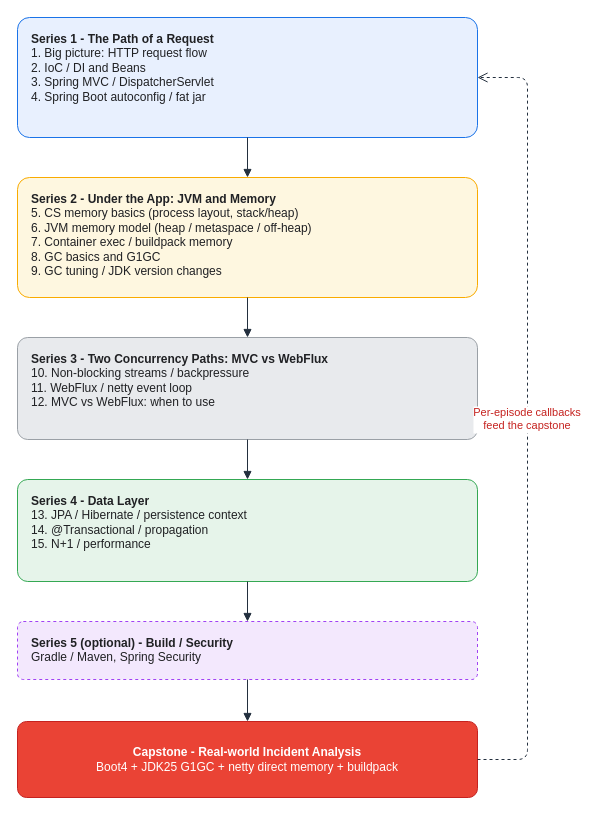
This is assets/img/spring/spring-02-reading-order-map.drawio from KKamJi98/kkamji98.github.io, a draw.io file, before an edit. Source tidied: cells renumbered, new cells numbered last; positions are measured from the earlier drawing's top-left corner, leaving out a move shared by most shapes. Both pictures are drawn from the tidied source at 100%, with x=0, y=0 at pixel (17, 17).
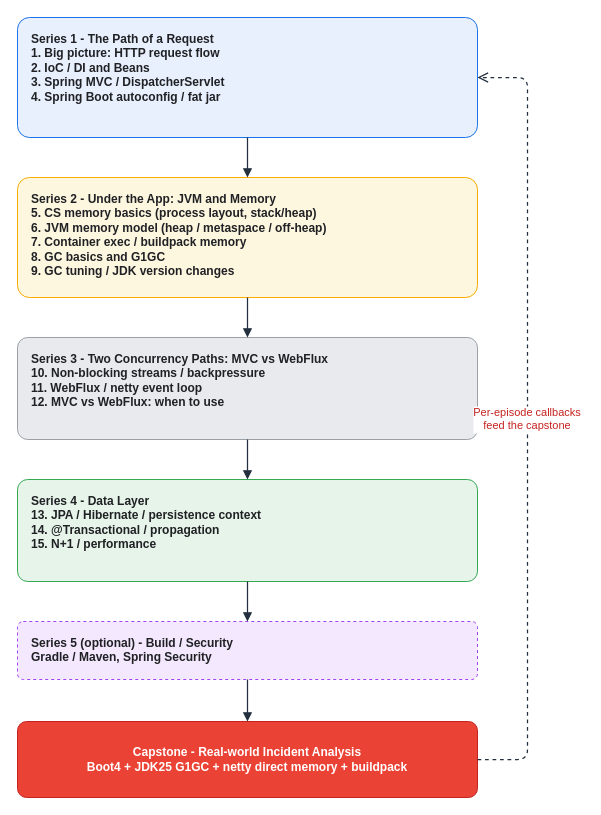
Above is the later version.

What changed in the source:
```diff
@@
 <mxGraphModel background="#FFFFFF">
   <root>
     <mxCell id="0" />
     <mxCell id="1" parent="0" />
-    <mxCell id="2" value="&lt;b&gt;Series 1 - The Path of a Request&lt;/b&gt;&lt;br&gt;1. Big picture: HTTP request flow&lt;br&gt;2. IoC / DI and Beans&lt;br&gt;3. Spring MVC / DispatcherServlet&lt;br&gt;4. Spring Boot autoconfig / fat jar" style="rounded=1;whiteSpace=wrap;html=1;arcSize=10;shadow=0;fillColor=#E8F0FE;strokeColor=#1A73E8;fontColor=#202124;align=left;verticalAlign=top;spacingLeft=12;spacingTop=8;fontSize=12;" parent="1" vertex="1">
+    <mxCell id="2" value="Series 1 - The Path of a Request&#10;1. Big picture: HTTP request flow&#10;2. IoC / DI and Beans&#10;3. Spring MVC / DispatcherServlet&#10;4. Spring Boot autoconfig / fat jar" style="rounded=1;whiteSpace=wrap;html=0;arcSize=10;shadow=0;fillColor=#E8F0FE;strokeColor=#1A73E8;fontColor=#202124;align=left;verticalAlign=top;spacingLeft=12;spacingTop=8;fontSize=12;fontStyle=1;" parent="1" vertex="1">
       <mxGeometry width="460" height="120" as="geometry" />
     </mxCell>
-    <mxCell id="3" value="&lt;b&gt;Series 2 - Under the App: JVM and Memory&lt;/b&gt;&lt;br&gt;5. CS memory basics (process layout, stack/heap)&lt;br&gt;6. JVM memory model (heap / metaspace / off-heap)&lt;br&gt;7. Container exec / buildpack memory&lt;br&gt;8. GC basics and G1GC&lt;br&gt;9. GC tuning / JDK version changes" style="rounded=1;whiteSpace=wrap;html=1;arcSize=10;shadow=0;fillColor=#FEF7E0;strokeColor=#F9AB00;fontColor=#202124;align=left;verticalAlign=top;spacingLeft=12;spacingTop=8;fontSize=12;" parent="1" vertex="1">
+    <mxCell id="3" value="Series 2 - Under the App: JVM and Memory&#10;5. CS memory basics (process layout, stack/heap)&#10;6. JVM memory model (heap / metaspace / off-heap)&#10;7. Container exec / buildpack memory&#10;8. GC basics and G1GC&#10;9. GC tuning / JDK version changes" style="rounded=1;whiteSpace=wrap;html=0;arcSize=10;shadow=0;fillColor=#FEF7E0;strokeColor=#F9AB00;fontColor=#202124;align=left;verticalAlign=top;spacingLeft=12;spacingTop=8;fontSize=12;fontStyle=1;" parent="1" vertex="1">
       <mxGeometry y="160" width="460" height="120" as="geometry" />
     </mxCell>
-    <mxCell id="4" value="&lt;b&gt;Series 3 - Two Concurrency Paths: MVC vs WebFlux&lt;/b&gt;&lt;br&gt;10. Non-blocking streams / backpressure&lt;br&gt;11. WebFlux / netty event loop&lt;br&gt;12. MVC vs WebFlux: when to use" style="rounded=1;whiteSpace=wrap;html=1;arcSize=10;shadow=0;fillColor=#E8EAED;strokeColor=#9AA0A6;fontColor=#202124;align=left;verticalAlign=top;spacingLeft=12;spacingTop=8;fontSize=12;" parent="1" vertex="1">
+    <mxCell id="4" value="Series 3 - Two Concurrency Paths: MVC vs WebFlux&#10;10. Non-blocking streams / backpressure&#10;11. WebFlux / netty event loop&#10;12. MVC vs WebFlux: when to use" style="rounded=1;whiteSpace=wrap;html=0;arcSize=10;shadow=0;fillColor=#E8EAED;strokeColor=#9AA0A6;fontColor=#202124;align=left;verticalAlign=top;spacingLeft=12;spacingTop=8;fontSize=12;fontStyle=1;" parent="1" vertex="1">
       <mxGeometry y="320" width="460" height="102" as="geometry" />
     </mxCell>
-    <mxCell id="5" value="&lt;b&gt;Series 4 - Data Layer&lt;/b&gt;&lt;br&gt;13. JPA / Hibernate / persistence context&lt;br&gt;14. @Transactional / propagation&lt;br&gt;15. N+1 / performance" style="rounded=1;whiteSpace=wrap;html=1;arcSize=10;shadow=0;fillColor=#E6F4EA;strokeColor=#34A853;fontColor=#202124;align=left;verticalAlign=top;spacingLeft=12;spacingTop=8;fontSize=12;" parent="1" vertex="1">
+    <mxCell id="5" value="Series 4 - Data Layer&#10;13. JPA / Hibernate / persistence context&#10;14. @Transactional / propagation&#10;15. N+1 / performance" style="rounded=1;whiteSpace=wrap;html=0;arcSize=10;shadow=0;fillColor=#E6F4EA;strokeColor=#34A853;fontColor=#202124;align=left;verticalAlign=top;spacingLeft=12;spacingTop=8;fontSize=12;fontStyle=1;" parent="1" vertex="1">
       <mxGeometry y="462" width="460" height="102" as="geometry" />
     </mxCell>
-    <mxCell id="6" value="&lt;b&gt;Series 5 (optional) - Build / Security&lt;/b&gt;&lt;br&gt;Gradle / Maven, Spring Security" style="rounded=1;whiteSpace=wrap;html=1;arcSize=10;shadow=0;fillColor=#F3E8FD;strokeColor=#A142F4;fontColor=#202124;align=left;verticalAlign=top;spacingLeft=12;spacingTop=8;fontSize=12;dashed=1;" parent="1" vertex="1">
+    <mxCell id="6" value="Series 5 (optional) - Build / Security&#10;Gradle / Maven, Spring Security" style="rounded=1;whiteSpace=wrap;html=0;arcSize=10;shadow=0;fillColor=#F3E8FD;strokeColor=#A142F4;fontColor=#202124;align=left;verticalAlign=top;spacingLeft=12;spacingTop=8;fontSize=12;dashed=1;fontStyle=1;" parent="1" vertex="1">
       <mxGeometry y="604" width="460" height="58" as="geometry" />
     </mxCell>
-    <mxCell id="7" value="&lt;font style=&quot;color: rgb(255, 255, 255);&quot;&gt;&lt;b&gt;Capstone - Real-world Incident Analysis&lt;/b&gt;&lt;br&gt;Boot4 + JDK25 G1GC + netty direct memory + buildpack&lt;/font&gt;" style="rounded=1;whiteSpace=wrap;html=1;arcSize=12;shadow=0;fillColor=#EA4335;strokeColor=#C5221F;fontColor=#FFFFFF;align=center;verticalAlign=middle;spacingLeft=8;spacingRight=8;fontSize=12;" parent="1" vertex="1">
+    <mxCell id="7" value="Capstone - Real-world Incident Analysis&#10;Boot4 + JDK25 G1GC + netty direct memory + buildpack" style="rounded=1;whiteSpace=wrap;html=0;arcSize=12;shadow=0;fillColor=#EA4335;strokeColor=#C5221F;fontColor=#FFFFFF;align=center;verticalAlign=middle;spacingLeft=8;spacingRight=8;fontSize=12;fontStyle=1;" parent="1" vertex="1">
       <mxGeometry y="704" width="460" height="76" as="geometry" />
     </mxCell>
-    <mxCell id="8" style="edgeStyle=orthogonalEdgeStyle;rounded=1;html=1;strokeColor=#232F3E;fontColor=#232F3E;labelBackgroundColor=none;endArrow=block;exitX=0.5;exitY=1;exitDx=0;exitDy=0;entryX=0.5;entryY=0;entryDx=0;entryDy=0;" parent="1" edge="1" source="2" target="3">
+    <mxCell id="8" style="edgeStyle=orthogonalEdgeStyle;rounded=1;html=0;strokeColor=#232F3E;fontColor=#232F3E;labelBackgroundColor=none;endArrow=block;exitX=0.5;exitY=1;exitDx=0;exitDy=0;entryX=0.5;entryY=0;entryDx=0;entryDy=0;strokeWidth=1.25;" parent="1" edge="1" source="2" target="3">
       <mxGeometry relative="1" as="geometry" />
     </mxCell>
-    <mxCell id="9" style="edgeStyle=orthogonalEdgeStyle;rounded=1;html=1;strokeColor=#232F3E;fontColor=#232F3E;labelBackgroundColor=none;endArrow=block;exitX=0.5;exitY=1;exitDx=0;exitDy=0;entryX=0.5;entryY=0;entryDx=0;entryDy=0;" parent="1" edge="1" source="3" target="4">
+    <mxCell id="9" style="edgeStyle=orthogonalEdgeStyle;rounded=1;html=0;strokeColor=#232F3E;fontColor=#232F3E;labelBackgroundColor=none;endArrow=block;exitX=0.5;exitY=1;exitDx=0;exitDy=0;entryX=0.5;entryY=0;entryDx=0;entryDy=0;strokeWidth=1.25;" parent="1" edge="1" source="3" target="4">
       <mxGeometry relative="1" as="geometry" />
     </mxCell>
-    <mxCell id="10" style="edgeStyle=orthogonalEdgeStyle;rounded=1;html=1;strokeColor=#232F3E;fontColor=#232F3E;labelBackgroundColor=none;endArrow=block;exitX=0.5;exitY=1;exitDx=0;exitDy=0;entryX=0.5;entryY=0;entryDx=0;entryDy=0;" parent="1" edge="1" source="4" target="5">
+    <mxCell id="10" style="edgeStyle=orthogonalEdgeStyle;rounded=1;html=0;strokeColor=#232F3E;fontColor=#232F3E;labelBackgroundColor=none;endArrow=block;exitX=0.5;exitY=1;exitDx=0;exitDy=0;entryX=0.5;entryY=0;entryDx=0;entryDy=0;strokeWidth=1.25;" parent="1" edge="1" source="4" target="5">
       <mxGeometry relative="1" as="geometry" />
     </mxCell>
-    <mxCell id="11" style="edgeStyle=orthogonalEdgeStyle;rounded=1;html=1;strokeColor=#232F3E;fontColor=#232F3E;labelBackgroundColor=none;endArrow=block;exitX=0.5;exitY=1;exitDx=0;exitDy=0;entryX=0.5;entryY=0;entryDx=0;entryDy=0;" parent="1" edge="1" source="5" target="6">
+    <mxCell id="11" style="edgeStyle=orthogonalEdgeStyle;rounded=1;html=0;strokeColor=#232F3E;fontColor=#232F3E;labelBackgroundColor=none;endArrow=block;exitX=0.5;exitY=1;exitDx=0;exitDy=0;entryX=0.5;entryY=0;entryDx=0;entryDy=0;strokeWidth=1.25;" parent="1" edge="1" source="5" target="6">
       <mxGeometry relative="1" as="geometry" />
     </mxCell>
-    <mxCell id="12" style="edgeStyle=orthogonalEdgeStyle;rounded=1;html=1;strokeColor=#232F3E;fontColor=#232F3E;labelBackgroundColor=none;endArrow=block;exitX=0.5;exitY=1;exitDx=0;exitDy=0;entryX=0.5;entryY=0;entryDx=0;entryDy=0;" parent="1" edge="1" source="6" target="7">
+    <mxCell id="12" style="edgeStyle=orthogonalEdgeStyle;rounded=1;html=0;strokeColor=#232F3E;fontColor=#232F3E;labelBackgroundColor=none;endArrow=block;exitX=0.5;exitY=1;exitDx=0;exitDy=0;entryX=0.5;entryY=0;entryDx=0;entryDy=0;strokeWidth=1.25;" parent="1" edge="1" source="6" target="7">
       <mxGeometry relative="1" as="geometry" />
     </mxCell>
-    <mxCell id="13" value="Per-episode callbacks&#10;feed the capstone" style="edgeStyle=orthogonalEdgeStyle;rounded=1;html=0;dashed=1;fontColor=#C5221F;strokeColor=#232F3E;labelBackgroundColor=#FFFFFF;endArrow=open;endSize=8;exitX=1;exitY=0.5;exitDx=0;exitDy=0;entryX=1;entryY=0.5;entryDx=0;entryDy=0;" parent="1" edge="1" source="7" target="2">
+    <mxCell id="13" value="Per-episode callbacks&#10;feed the capstone" style="edgeStyle=orthogonalEdgeStyle;rounded=1;html=0;dashed=1;fontColor=#C5221F;strokeColor=#232F3E;labelBackgroundColor=#FFFFFF;endArrow=open;endSize=8;exitX=1;exitY=0.5;exitDx=0;exitDy=0;entryX=1;entryY=0.5;entryDx=0;entryDy=0;strokeWidth=1.25;" parent="1" edge="1" source="7" target="2">
       <mxGeometry relative="1" as="geometry">
         <Array as="points">
           <mxPoint x="510" y="742" />
           <mxPoint x="510" y="60" />
         </Array>
       </mxGeometry>
     </mxCell>
   </root>
 </mxGraphModel>
```
